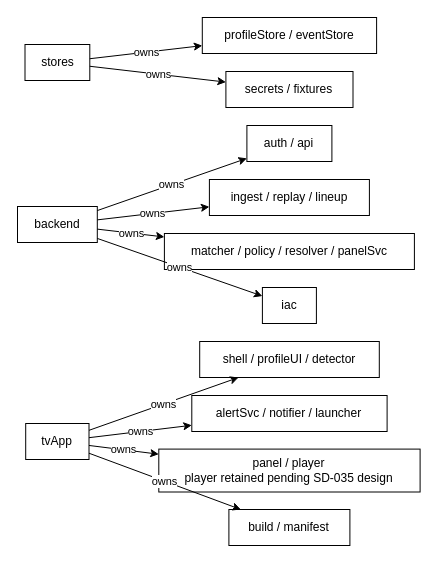
Earlier version of the draw.io diagram spec/amazon-fantasy-companion/figures/structure.drawio (1wgrumph/amazon-fantasy-companion). Source tidied: cells renumbered, new cells numbered last; positions are measured from the earlier drawing's top-left corner, leaving out a move shared by most shapes. Both pictures are drawn from the tidied source at 100%, with x=0, y=0 at pixel (17, 17).
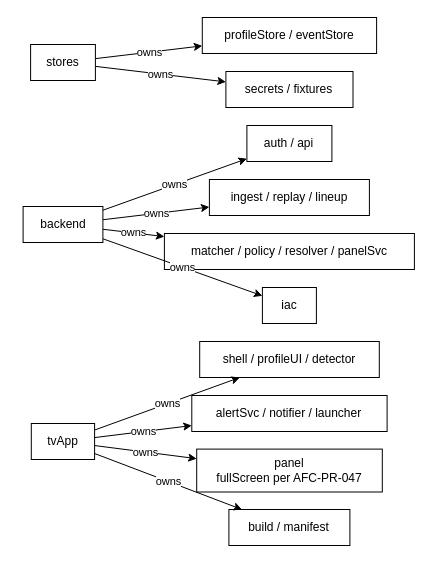
The same diagram, later.

The edit, as a diff of the source:
```diff
@@
     <mxCell id="2" value="tvApp" style="rounded=0;whiteSpace=wrap;html=1;" parent="1" vertex="1">
-      <mxGeometry x="8.2" y="406" width="63.3" height="36" as="geometry" />
+      <mxGeometry x="13.8" y="406" width="63.3" height="36" as="geometry" />
     </mxCell>
@@
-    <mxCell id="5" value="panel / player&#10;player retained pending SD-035 design" style="rounded=0;whiteSpace=wrap;html=1;" parent="1" vertex="1">
-      <mxGeometry x="141.3" y="431.6" width="261.3" height="42.9" as="geometry" />
+    <mxCell id="5" value="panel&#10;fullScreen per AFC-PR-047" style="rounded=0;whiteSpace=wrap;html=1;" parent="1" vertex="1">
+      <mxGeometry x="179.2" y="431.6" width="185.6" height="42.9" as="geometry" />
     </mxCell>
@@
     <mxCell id="7" value="backend" style="rounded=0;whiteSpace=wrap;html=1;" parent="1" vertex="1">
-      <mxGeometry y="189" width="79.8" height="36" as="geometry" />
+      <mxGeometry x="5.6" y="189" width="79.8" height="36" as="geometry" />
     </mxCell>
@@
     <mxCell id="12" value="stores" style="rounded=0;whiteSpace=wrap;html=1;" parent="1" vertex="1">
-      <mxGeometry x="7.5" y="27" width="64.8" height="36" as="geometry" />
+      <mxGeometry x="13.1" y="27" width="64.8" height="36" as="geometry" />
     </mxCell>
```
